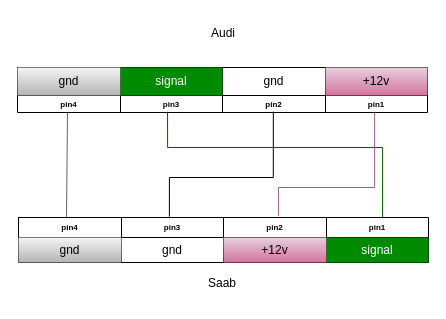
mainSystems/diagrams keeps this draw.io diagram as SaabToAudiIgnitionCoilElectricScheme.drawio. Above is the earlier version. Source tidied: cells renumbered, new cells numbered last; positions are measured from the earlier drawing's top-left corner, leaving out a move shared by most shapes. Both pictures are drawn from the tidied source at 100%, with x=0, y=0 at pixel (17, 17).
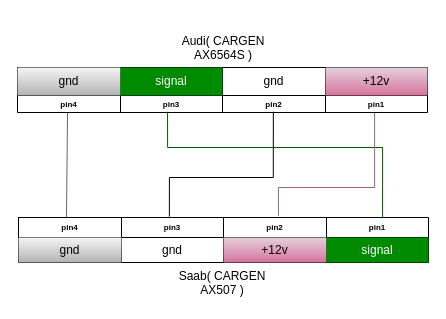
After the change.

What changed in the source:
```diff
@@
-    <mxCell id="27" value="Audi" style="text;align=center;verticalAlign=middle;strokeColor=none;fillColor=none;fontFamily=Helvetica;" parent="1" vertex="1">
-      <mxGeometry x="181" width="50" height="30" as="geometry" />
+    <mxCell id="27" value="Audi( CARGEN&#10;AX6564S )" style="text;align=center;verticalAlign=middle;strokeColor=none;fillColor=none;fontFamily=Helvetica;" parent="1" vertex="1">
+      <mxGeometry x="151" y="10" width="110" height="40" as="geometry" />
     </mxCell>
-    <mxCell id="28" value="Saab" style="text;align=center;verticalAlign=middle;strokeColor=none;fillColor=none;fontFamily=Helvetica;" parent="1" vertex="1">
-      <mxGeometry x="180" y="250" width="50" height="30" as="geometry" />
+    <mxCell id="28" value="Saab( CARGEN&#10;AX507 )" style="text;align=center;verticalAlign=middle;strokeColor=none;fillColor=none;fontFamily=Helvetica;" parent="1" vertex="1">
+      <mxGeometry x="150" y="245" width="110" height="40" as="geometry" />
     </mxCell>
```
